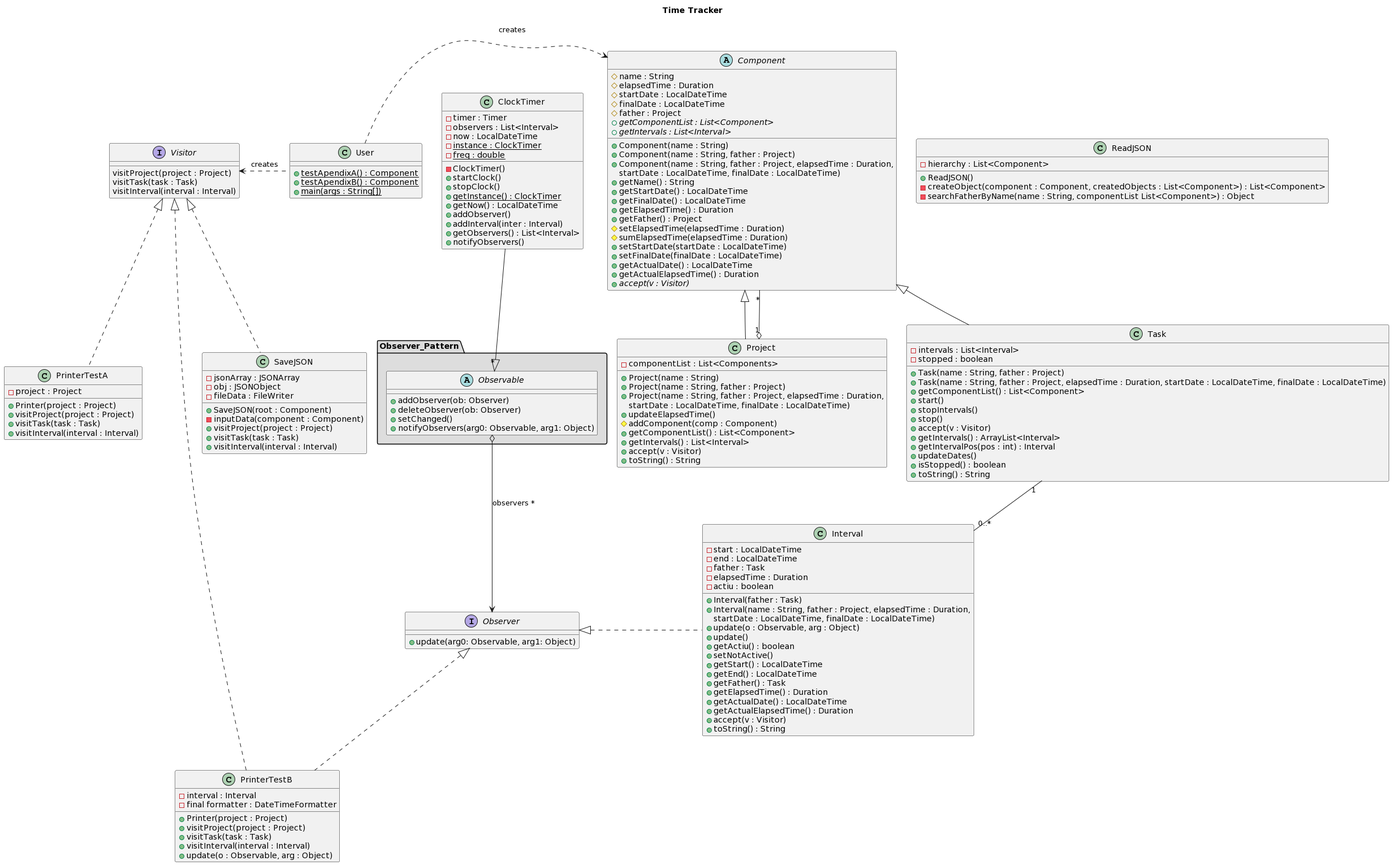
Before: diagram/classDiagram.png, a diagram exported from PlantUML (joaquimcodina/TimeTracker).
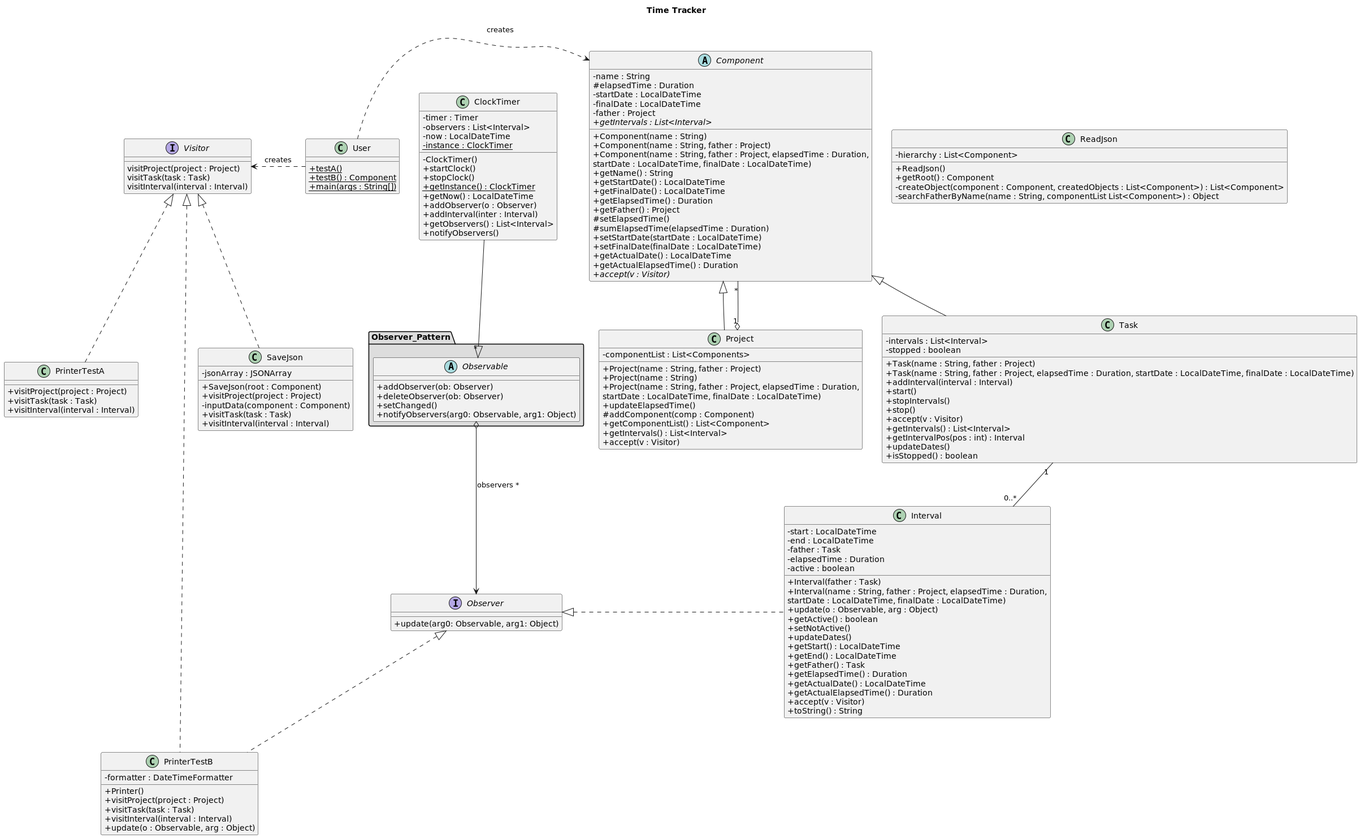
The same file after the commit.

Commit message:
Refer diagrama de classes

Change to the diagram source:
```diff
@@ -1,11 +1,11 @@
 @startuml
-skinparam classAttributeIconSize 12
+skinparam classAttributeIconSize 0
 
 title "Time Tracker"
 
 class User{
-+{static} testApendixA() : Component
-+{static} testApendixB() : Component
++{static} testA()
++{static} testB() : Component
 +{static} main(args : String[])
 }
 
@@ -16,30 +16,25 @@
 }
 
 class PrinterTestA implements Visitor{
-- project : Project
-+ Printer(project : Project)
 + visitProject(project : Project)
 + visitTask(task : Task)
 + visitInterval(interval : Interval)
 }
 
 class PrinterTestB implements Visitor, Observer{
-- interval : Interval
-- final formatter : DateTimeFormatter
-+ Printer(project : Project)
+- formatter : DateTimeFormatter
++ Printer()
 + visitProject(project : Project)
 + visitTask(task : Task)
 + visitInterval(interval : Interval)
 + update(o : Observable, arg : Object)
 }
 
-class SaveJSON implements Visitor{
+class SaveJson implements Visitor{
 - jsonArray : JSONArray
-- obj : JSONObject
-- fileData : FileWriter
-+ SaveJSON(root : Component)
++ SaveJson(root : Component)
++ visitProject(project : Project)
 - inputData(component : Component)
-+ visitProject(project : Project)
 + visitTask(task : Task)
 + visitInterval(interval : Interval)
 }
@@ -49,22 +44,21 @@
 - stopped : boolean
 + Task(name : String, father : Project)
 + Task(name : String, father : Project, elapsedTime : Duration, startDate : LocalDateTime, finalDate : LocalDateTime)
-+ getComponentList() : List<Component>
++ addInterval(interval : Interval)
 + start()
 + stopIntervals()
 + stop()
 + accept(v : Visitor)
-+ getIntervals() : ArrayList<Interval>
++ getIntervals() : List<Interval>
 + getIntervalPos(pos : int) : Interval
 + updateDates()
 + isStopped() : boolean
-+ toString() : String
 }
 
 class Project extends Component {
 - componentList : List<Components>
++ Project(name : String, father : Project)
 + Project(name : String)
-+ Project(name : String, father : Project)
 + Project(name : String, father : Project, elapsedTime : Duration,
         startDate : LocalDateTime, finalDate : LocalDateTime)
 + updateElapsedTime()
@@ -72,7 +66,6 @@
 + getComponentList() : List<Component>
 + getIntervals() : List<Interval>
 + accept(v : Visitor)
-+ toString() : String
 }
 
 package "Observer_Pattern" #DDDDDD{
@@ -95,36 +88,34 @@
 - observers : List<Interval>
 - now : LocalDateTime
 - {static} instance : ClockTimer
-- {static} freq : double
 - ClockTimer()
 + startClock()
 + stopClock()
 + {static} getInstance() : ClockTimer
 + getNow() : LocalDateTime
-+ addObserver()
++ addObserver(o : Observer)
 + addInterval(inter : Interval)
 + getObservers() : List<Interval>
 + notifyObservers()
 }
 
 abstract class Component{
-# name : String
+- name : String
 # elapsedTime : Duration
-# startDate : LocalDateTime
-# finalDate : LocalDateTime
-# father : Project
+- startDate : LocalDateTime
+- finalDate : LocalDateTime
+- father : Project
 + Component(name : String)
 + Component(name : String, father : Project)
 + Component(name : String, father : Project, elapsedTime : Duration,
         startDate : LocalDateTime, finalDate : LocalDateTime)
-+ {abstract} getComponentList : List<Component>
 + {abstract} getIntervals : List<Interval>
 + getName() : String
 + getStartDate() : LocalDateTime
 + getFinalDate() : LocalDateTime
 + getElapsedTime() : Duration
 + getFather() : Project
-# setElapsedTime(elapsedTime : Duration)
+# setElapsedTime()
 # sumElapsedTime(elapsedTime : Duration)
 + setStartDate(startDate : LocalDateTime)
 + setFinalDate(finalDate : LocalDateTime)
@@ -138,14 +129,14 @@
 - end : LocalDateTime
 - father : Task
 - elapsedTime : Duration
-- actiu : boolean
+- active : boolean
 + Interval(father : Task)
 + Interval(name : String, father : Project, elapsedTime : Duration,
         startDate : LocalDateTime, finalDate : LocalDateTime)
 + update(o : Observable, arg : Object)
-+ update()
-+ getActiu() : boolean
++ getActive() : boolean
 + setNotActive()
++ updateDates()
 + getStart() : LocalDateTime
 + getEnd() : LocalDateTime
 + getFather() : Task
@@ -156,9 +147,10 @@
 + toString() : String
 }
 
-class ReadJSON {
+class ReadJson {
 - hierarchy : List<Component>
-+ ReadJSON()
++ ReadJson()
++ getRoot() : Component
 - createObject(component : Component, createdObjects : List<Component>) : List<Component>
 - searchFatherByName(name : String, componentList List<Component>) : Object
 }
@@ -169,4 +161,5 @@
 Task "1"--"0..*" Interval
 Interval .left.|> Observer
 ClockTimer --|> "*" Observable
+
 @enduml
```
